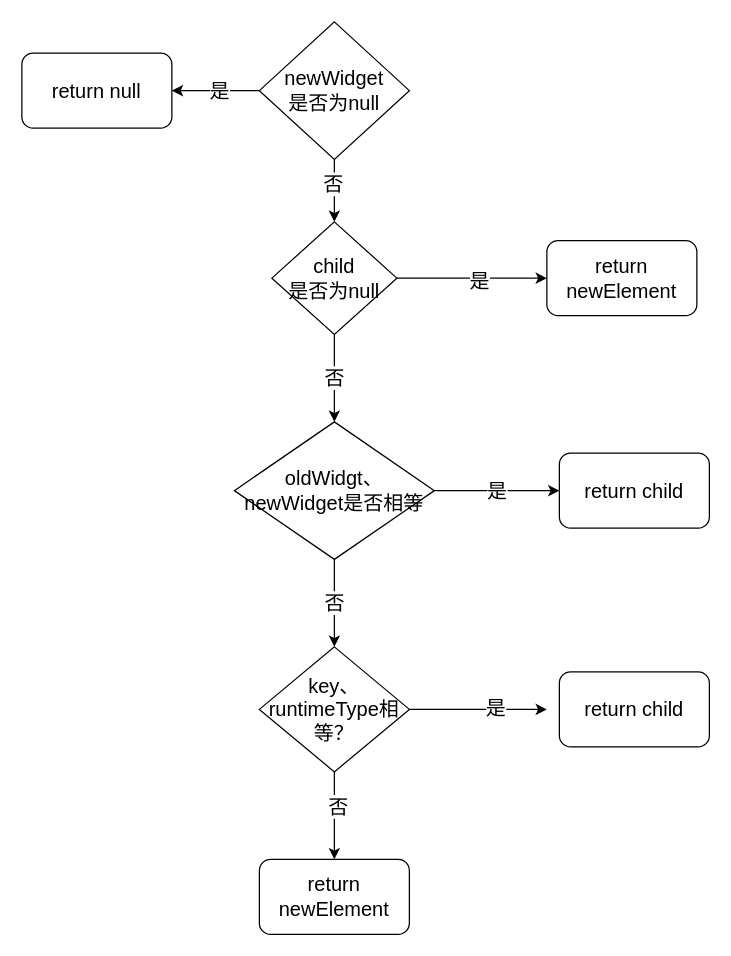
This is flutter/updateChild.drawio from ShzMinato/Flutter, a draw.io file, before an edit. Source tidied: cells renumbered, new cells numbered last; positions are measured from the earlier drawing's top-left corner, leaving out a move shared by most shapes. Both pictures are drawn from the tidied source at 125%, with x=0, y=0 at pixel (21, 21).
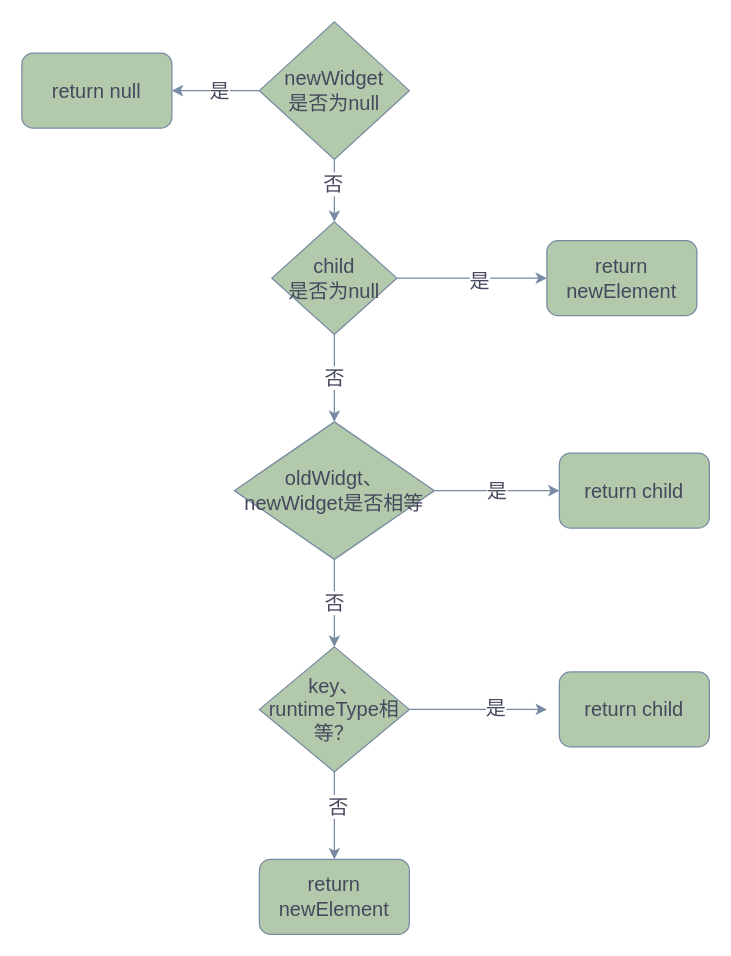
Above is the later version.

What changed in the source:
```diff
@@
-    <mxCell id="2" style="edgeStyle=orthogonalEdgeStyle;rounded=0;jettySize=auto;html=1;exitX=0;exitY=0.5;exitDx=0;exitDy=0;entryX=1;entryY=0.5;entryDx=0;entryDy=0;fontSize=16;" parent="1" edge="1" source="6" target="7">
+    <mxCell id="2" style="edgeStyle=orthogonalEdgeStyle;rounded=0;jettySize=auto;html=1;exitX=0;exitY=0.5;exitDx=0;exitDy=0;entryX=1;entryY=0.5;entryDx=0;entryDy=0;fontSize=16;strokeColor=#788AA3;fontColor=#46495D;" parent="1" edge="1" source="6" target="7">
       <mxGeometry relative="1" as="geometry" />
     </mxCell>
-    <mxCell id="3" value="是" style="edgeLabel;html=1;align=center;verticalAlign=middle;fontSize=16;" parent="2" vertex="1">
+    <mxCell id="3" value="是" style="edgeLabel;html=1;align=center;verticalAlign=middle;fontSize=16;fontColor=#46495D;" parent="2" vertex="1">
       <mxGeometry x="-0.06" y="-1" relative="1" as="geometry" />
     </mxCell>
-    <mxCell id="4" style="edgeStyle=orthogonalEdgeStyle;rounded=0;jettySize=auto;html=1;exitX=0.5;exitY=1;exitDx=0;exitDy=0;entryX=0.5;entryY=0;entryDx=0;entryDy=0;fontSize=16;" parent="1" edge="1" source="6" target="11">
+    <mxCell id="4" style="edgeStyle=orthogonalEdgeStyle;rounded=0;jettySize=auto;html=1;exitX=0.5;exitY=1;exitDx=0;exitDy=0;entryX=0.5;entryY=0;entryDx=0;entryDy=0;fontSize=16;strokeColor=#788AA3;fontColor=#46495D;" parent="1" edge="1" source="6" target="11">
       <mxGeometry relative="1" as="geometry" />
     </mxCell>
-    <mxCell id="5" value="否" style="edgeLabel;html=1;align=center;verticalAlign=middle;fontSize=16;" parent="4" vertex="1">
+    <mxCell id="5" value="否" style="edgeLabel;html=1;align=center;verticalAlign=middle;fontSize=16;fontColor=#46495D;" parent="4" vertex="1">
       <mxGeometry x="-0.24" y="-2" relative="1" as="geometry" />
     </mxCell>
-    <mxCell id="6" value="newWidget&lt;br style=&quot;font-size: 16px;&quot;&gt;是否为null" style="rhombus;whiteSpace=wrap;html=1;fontSize=16;" parent="1" vertex="1">
+    <mxCell id="6" value="newWidget&lt;br style=&quot;font-size: 16px;&quot;&gt;是否为null" style="rhombus;whiteSpace=wrap;html=1;fontSize=16;fillColor=#B2C9AB;strokeColor=#788AA3;fontColor=#46495D;" parent="1" vertex="1">
       <mxGeometry x="190" width="120" height="110" as="geometry" />
     </mxCell>
-    <mxCell id="7" value="return null" style="rounded=1;whiteSpace=wrap;html=1;fontSize=16;" parent="1" vertex="1">
+    <mxCell id="7" value="return null" style="rounded=1;whiteSpace=wrap;html=1;fontSize=16;fillColor=#B2C9AB;strokeColor=#788AA3;fontColor=#46495D;" parent="1" vertex="1">
       <mxGeometry y="25" width="120" height="60" as="geometry" />
     </mxCell>
-    <mxCell id="8" value="否" style="edgeStyle=orthogonalEdgeStyle;rounded=0;jettySize=auto;html=1;exitX=0.5;exitY=1;exitDx=0;exitDy=0;fontSize=16;" parent="1" edge="1" source="11">
+    <mxCell id="8" value="否" style="edgeStyle=orthogonalEdgeStyle;rounded=0;jettySize=auto;html=1;exitX=0.5;exitY=1;exitDx=0;exitDy=0;fontSize=16;strokeColor=#788AA3;fontColor=#46495D;" parent="1" edge="1" source="11">
       <mxGeometry relative="1" as="geometry">
         <mxPoint x="250" y="320" as="targetPoint" />
       </mxGeometry>
     </mxCell>
-    <mxCell id="9" style="edgeStyle=orthogonalEdgeStyle;rounded=0;jettySize=auto;html=1;exitX=1;exitY=0.5;exitDx=0;exitDy=0;fontSize=16;entryX=0;entryY=0.5;entryDx=0;entryDy=0;" parent="1" edge="1" source="11" target="23">
+    <mxCell id="9" style="edgeStyle=orthogonalEdgeStyle;rounded=0;jettySize=auto;html=1;exitX=1;exitY=0.5;exitDx=0;exitDy=0;fontSize=16;entryX=0;entryY=0.5;entryDx=0;entryDy=0;strokeColor=#788AA3;fontColor=#46495D;" parent="1" edge="1" source="11" target="23">
       <mxGeometry relative="1" as="geometry" />
     </mxCell>
-    <mxCell id="10" value="是" style="edgeLabel;html=1;align=center;verticalAlign=middle;fontSize=16;" parent="9" vertex="1">
+    <mxCell id="10" value="是" style="edgeLabel;html=1;align=center;verticalAlign=middle;fontSize=16;fontColor=#46495D;" parent="9" vertex="1">
       <mxGeometry x="0.09" y="-1" relative="1" as="geometry" />
     </mxCell>
-    <mxCell id="11" value="child&lt;br style=&quot;font-size: 16px;&quot;&gt;是否为null" style="rhombus;whiteSpace=wrap;html=1;fontSize=16;" parent="1" vertex="1">
+    <mxCell id="11" value="child&lt;br style=&quot;font-size: 16px;&quot;&gt;是否为null" style="rhombus;whiteSpace=wrap;html=1;fontSize=16;fillColor=#B2C9AB;strokeColor=#788AA3;fontColor=#46495D;" parent="1" vertex="1">
       <mxGeometry x="200" y="160" width="100" height="90" as="geometry" />
     </mxCell>
-    <mxCell id="12" value="return newElement" style="rounded=1;whiteSpace=wrap;html=1;fontSize=16;" parent="1" vertex="1">
+    <mxCell id="12" value="return newElement" style="rounded=1;whiteSpace=wrap;html=1;fontSize=16;fillColor=#B2C9AB;strokeColor=#788AA3;fontColor=#46495D;" parent="1" vertex="1">
       <mxGeometry x="190" y="670" width="120" height="60" as="geometry" />
     </mxCell>
-    <mxCell id="13" value="否" style="edgeStyle=orthogonalEdgeStyle;rounded=0;jettySize=auto;html=1;exitX=0.5;exitY=1;exitDx=0;exitDy=0;fontSize=16;" parent="1" edge="1" source="15">
+    <mxCell id="13" value="否" style="edgeStyle=orthogonalEdgeStyle;rounded=0;jettySize=auto;html=1;exitX=0.5;exitY=1;exitDx=0;exitDy=0;fontSize=16;strokeColor=#788AA3;fontColor=#46495D;" parent="1" edge="1" source="15">
       <mxGeometry relative="1" as="geometry">
         <mxPoint x="250" y="500" as="targetPoint" />
       </mxGeometry>
     </mxCell>
-    <mxCell id="14" value="是" style="edgeStyle=orthogonalEdgeStyle;rounded=0;jettySize=auto;html=1;exitX=1;exitY=0.5;exitDx=0;exitDy=0;fontSize=16;" parent="1" edge="1" source="15">
+    <mxCell id="14" value="是" style="edgeStyle=orthogonalEdgeStyle;rounded=0;jettySize=auto;html=1;exitX=1;exitY=0.5;exitDx=0;exitDy=0;fontSize=16;strokeColor=#788AA3;fontColor=#46495D;" parent="1" edge="1" source="15">
       <mxGeometry relative="1" as="geometry">
         <mxPoint x="430" y="375" as="targetPoint" />
       </mxGeometry>
     </mxCell>
-    <mxCell id="15" value="oldWidgt、 newWidget是否相等" style="rhombus;whiteSpace=wrap;html=1;fontSize=16;" parent="1" vertex="1">
+    <mxCell id="15" value="oldWidgt、 newWidget是否相等" style="rhombus;whiteSpace=wrap;html=1;fontSize=16;fillColor=#B2C9AB;strokeColor=#788AA3;fontColor=#46495D;" parent="1" vertex="1">
       <mxGeometry x="170" y="320" width="160" height="110" as="geometry" />
     </mxCell>
-    <mxCell id="16" value="return child" style="rounded=1;whiteSpace=wrap;html=1;fontSize=16;" parent="1" vertex="1">
+    <mxCell id="16" value="return child" style="rounded=1;whiteSpace=wrap;html=1;fontSize=16;fillColor=#B2C9AB;strokeColor=#788AA3;fontColor=#46495D;" parent="1" vertex="1">
       <mxGeometry x="430" y="345" width="120" height="60" as="geometry" />
     </mxCell>
-    <mxCell id="17" style="edgeStyle=orthogonalEdgeStyle;rounded=0;jettySize=auto;html=1;exitX=0.5;exitY=1;exitDx=0;exitDy=0;fontSize=16;" parent="1" edge="1" source="21">
+    <mxCell id="17" style="edgeStyle=orthogonalEdgeStyle;rounded=0;jettySize=auto;html=1;exitX=0.5;exitY=1;exitDx=0;exitDy=0;fontSize=16;strokeColor=#788AA3;fontColor=#46495D;" parent="1" edge="1" source="21">
       <mxGeometry relative="1" as="geometry">
         <mxPoint x="250" y="670" as="targetPoint" />
       </mxGeometry>
     </mxCell>
-    <mxCell id="18" value="否" style="edgeLabel;html=1;align=center;verticalAlign=middle;fontSize=16;" parent="17" vertex="1">
+    <mxCell id="18" value="否" style="edgeLabel;html=1;align=center;verticalAlign=middle;fontSize=16;fontColor=#46495D;" parent="17" vertex="1">
       <mxGeometry x="-0.23" y="2" relative="1" as="geometry" />
     </mxCell>
-    <mxCell id="19" style="edgeStyle=orthogonalEdgeStyle;rounded=0;jettySize=auto;html=1;exitX=1;exitY=0.5;exitDx=0;exitDy=0;fontSize=16;" parent="1" edge="1" source="21">
+    <mxCell id="19" style="edgeStyle=orthogonalEdgeStyle;rounded=0;jettySize=auto;html=1;exitX=1;exitY=0.5;exitDx=0;exitDy=0;fontSize=16;strokeColor=#788AA3;fontColor=#46495D;" parent="1" edge="1" source="21">
       <mxGeometry relative="1" as="geometry">
         <mxPoint x="420" y="550" as="targetPoint" />
       </mxGeometry>
     </mxCell>
-    <mxCell id="20" value="是" style="edgeLabel;html=1;align=center;verticalAlign=middle;fontSize=16;" parent="19" vertex="1">
+    <mxCell id="20" value="是" style="edgeLabel;html=1;align=center;verticalAlign=middle;fontSize=16;fontColor=#46495D;" parent="19" vertex="1">
       <mxGeometry x="0.25" y="2" relative="1" as="geometry" />
     </mxCell>
-    <mxCell id="21" value="key、runtimeType相等？" style="rhombus;whiteSpace=wrap;html=1;fontSize=16;" parent="1" vertex="1">
+    <mxCell id="21" value="key、runtimeType相等？" style="rhombus;whiteSpace=wrap;html=1;fontSize=16;fillColor=#B2C9AB;strokeColor=#788AA3;fontColor=#46495D;" parent="1" vertex="1">
       <mxGeometry x="190" y="500" width="120" height="100" as="geometry" />
     </mxCell>
-    <mxCell id="22" value="return child" style="rounded=1;whiteSpace=wrap;html=1;fontSize=16;" parent="1" vertex="1">
+    <mxCell id="22" value="return child" style="rounded=1;whiteSpace=wrap;html=1;fontSize=16;fillColor=#B2C9AB;strokeColor=#788AA3;fontColor=#46495D;" parent="1" vertex="1">
       <mxGeometry x="430" y="520" width="120" height="60" as="geometry" />
     </mxCell>
-    <mxCell id="23" value="return newElement" style="rounded=1;whiteSpace=wrap;html=1;fontSize=16;" parent="1" vertex="1">
+    <mxCell id="23" value="return newElement" style="rounded=1;whiteSpace=wrap;html=1;fontSize=16;fillColor=#B2C9AB;strokeColor=#788AA3;fontColor=#46495D;" parent="1" vertex="1">
       <mxGeometry x="420" y="175" width="120" height="60" as="geometry" />
     </mxCell>
```
